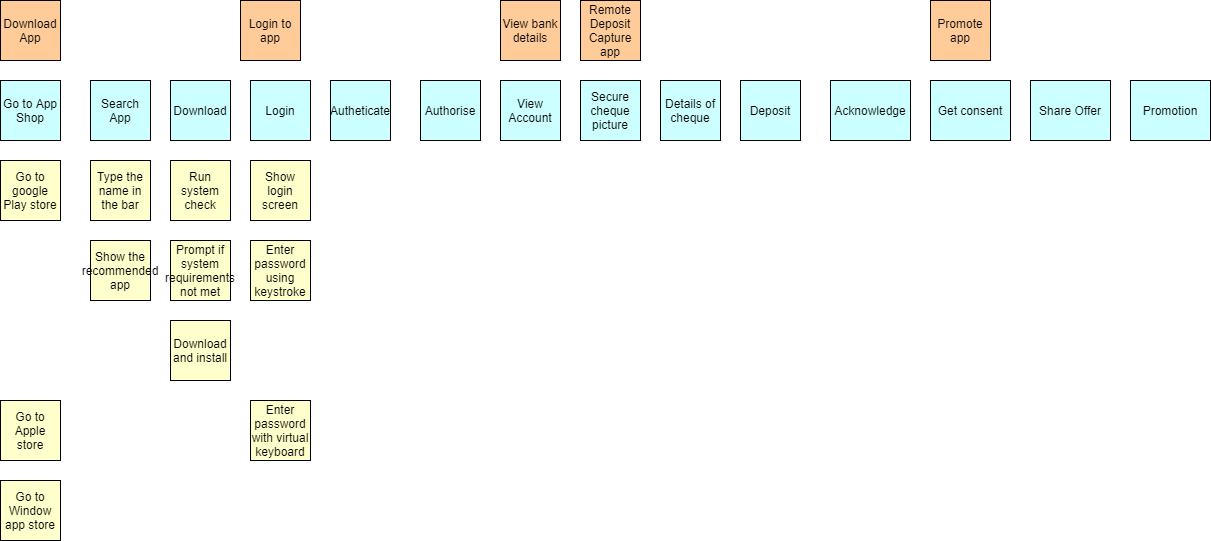
Before: StoryMap.png, a diagram exported from draw.io (sghatak215/shrikanya1). Source tidied: cells renumbered, new cells last; positions are measured from the earlier drawing's top-left corner, leaving out a move shared by most shapes.
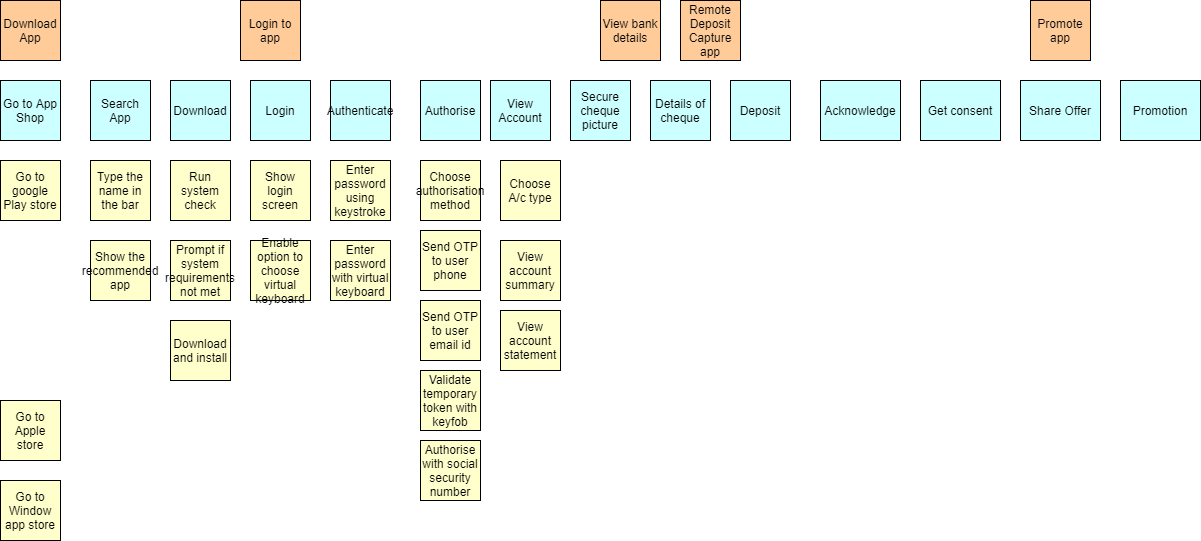
The same diagram one commit later.

Change to the diagram source:
```diff
@@ -11,35 +11,35 @@
     <mxCell id="4" value="Login" style="rounded=0;whiteSpace=wrap;html=1;fillColor=#CCFFFF;" parent="1" vertex="1">
       <mxGeometry x="250" y="80" width="60" height="60" as="geometry" />
     </mxCell>
-    <mxCell id="5" value="Autheticate" style="rounded=0;whiteSpace=wrap;html=1;fillColor=#CCFFFF;" parent="1" vertex="1">
+    <mxCell id="5" value="Authenticate" style="rounded=0;whiteSpace=wrap;html=1;fillColor=#CCFFFF;" parent="1" vertex="1">
       <mxGeometry x="330" y="80" width="60" height="60" as="geometry" />
     </mxCell>
     <mxCell id="6" value="Authorise" style="rounded=0;whiteSpace=wrap;html=1;fillColor=#CCFFFF;" parent="1" vertex="1">
       <mxGeometry x="420" y="80" width="60" height="60" as="geometry" />
     </mxCell>
     <mxCell id="7" value="View Account" style="rounded=0;whiteSpace=wrap;html=1;fillColor=#CCFFFF;" parent="1" vertex="1">
-      <mxGeometry x="500" y="80" width="60" height="60" as="geometry" />
+      <mxGeometry x="490" y="80" width="60" height="60" as="geometry" />
     </mxCell>
     <mxCell id="8" value="Secure cheque picture" style="rounded=0;whiteSpace=wrap;html=1;fillColor=#CCFFFF;" parent="1" vertex="1">
-      <mxGeometry x="580" y="80" width="60" height="60" as="geometry" />
+      <mxGeometry x="570" y="80" width="60" height="60" as="geometry" />
     </mxCell>
     <mxCell id="9" value="Details of cheque" style="rounded=0;whiteSpace=wrap;html=1;fillColor=#CCFFFF;" parent="1" vertex="1">
-      <mxGeometry x="660" y="80" width="60" height="60" as="geometry" />
+      <mxGeometry x="650" y="80" width="60" height="60" as="geometry" />
     </mxCell>
     <mxCell id="10" value="Deposit" style="rounded=0;whiteSpace=wrap;html=1;fillColor=#CCFFFF;" parent="1" vertex="1">
-      <mxGeometry x="740" y="80" width="60" height="60" as="geometry" />
+      <mxGeometry x="730" y="80" width="60" height="60" as="geometry" />
     </mxCell>
     <mxCell id="11" value="Acknowledge" style="rounded=0;whiteSpace=wrap;html=1;fillColor=#CCFFFF;" parent="1" vertex="1">
-      <mxGeometry x="830" y="80" width="80" height="60" as="geometry" />
+      <mxGeometry x="820" y="80" width="80" height="60" as="geometry" />
     </mxCell>
     <mxCell id="12" value="Get consent" style="rounded=0;whiteSpace=wrap;html=1;fillColor=#CCFFFF;" parent="1" vertex="1">
-      <mxGeometry x="930" y="80" width="80" height="60" as="geometry" />
+      <mxGeometry x="920" y="80" width="80" height="60" as="geometry" />
     </mxCell>
     <mxCell id="13" value="Share Offer" style="rounded=0;whiteSpace=wrap;html=1;fillColor=#CCFFFF;" parent="1" vertex="1">
-      <mxGeometry x="1030" y="80" width="80" height="60" as="geometry" />
+      <mxGeometry x="1020" y="80" width="80" height="60" as="geometry" />
     </mxCell>
     <mxCell id="14" value="Promotion" style="rounded=0;whiteSpace=wrap;html=1;fillColor=#CCFFFF;" parent="1" vertex="1">
-      <mxGeometry x="1130" y="80" width="80" height="60" as="geometry" />
+      <mxGeometry x="1120" y="80" width="80" height="60" as="geometry" />
     </mxCell>
     <mxCell id="15" value="Download App" style="rounded=0;whiteSpace=wrap;html=1;fillColor=#FFCC99;" parent="1" vertex="1">
       <mxGeometry width="60" height="60" as="geometry" />
@@ -48,13 +48,13 @@
       <mxGeometry x="240" width="60" height="60" as="geometry" />
     </mxCell>
     <mxCell id="17" value="View bank details" style="rounded=0;whiteSpace=wrap;html=1;fillColor=#FFCC99;" parent="1" vertex="1">
-      <mxGeometry x="500" width="60" height="60" as="geometry" />
+      <mxGeometry x="600" width="60" height="60" as="geometry" />
     </mxCell>
     <mxCell id="18" value="Remote Deposit Capture app" style="rounded=0;whiteSpace=wrap;html=1;fillColor=#FFCC99;" parent="1" vertex="1">
-      <mxGeometry x="580" width="60" height="60" as="geometry" />
+      <mxGeometry x="680" width="60" height="60" as="geometry" />
     </mxCell>
     <mxCell id="19" value="Promote app" style="rounded=0;whiteSpace=wrap;html=1;fillColor=#FFCC99;" parent="1" vertex="1">
-      <mxGeometry x="930" width="60" height="60" as="geometry" />
+      <mxGeometry x="1030" width="60" height="60" as="geometry" />
     </mxCell>
     <mxCell id="20" value="Go to google Play store" style="rounded=0;whiteSpace=wrap;html=1;fillColor=#FFFFCC;" parent="1" vertex="1">
       <mxGeometry y="160" width="60" height="60" as="geometry" />
@@ -84,13 +84,40 @@
       <mxGeometry x="250" y="160" width="60" height="60" as="geometry" />
     </mxCell>
     <mxCell id="29" value="Enter password using keystroke" style="rounded=0;whiteSpace=wrap;html=1;fillColor=#FFFFCC;" parent="1" vertex="1">
-      <mxGeometry x="250" y="240" width="60" height="60" as="geometry" />
+      <mxGeometry x="330" y="160" width="60" height="60" as="geometry" />
     </mxCell>
     <mxCell id="30" value="Enter password with virtual keyboard" style="rounded=0;whiteSpace=wrap;html=1;fillColor=#FFFFCC;" parent="1" vertex="1">
-      <mxGeometry x="250" y="400" width="60" height="60" as="geometry" />
+      <mxGeometry x="330" y="240" width="60" height="60" as="geometry" />
     </mxCell>
     <mxCell id="31" value="Search App" style="rounded=0;whiteSpace=wrap;html=1;fillColor=#CCFFFF;" parent="1" vertex="1">
       <mxGeometry x="90" y="80" width="60" height="60" as="geometry" />
     </mxCell>
+    <mxCell id="32" value="Send OTP to user phone" style="rounded=0;whiteSpace=wrap;html=1;fillColor=#FFFFCC;" parent="1" vertex="1">
+      <mxGeometry x="420" y="230" width="60" height="60" as="geometry" />
+    </mxCell>
+    <mxCell id="33" value="Send OTP to user email id" style="rounded=0;whiteSpace=wrap;html=1;fillColor=#FFFFCC;" parent="1" vertex="1">
+      <mxGeometry x="420" y="300" width="60" height="60" as="geometry" />
+    </mxCell>
+    <mxCell id="34" value="Validate temporary token with keyfob" style="rounded=0;whiteSpace=wrap;html=1;fillColor=#FFFFCC;" parent="1" vertex="1">
+      <mxGeometry x="420" y="370" width="60" height="60" as="geometry" />
+    </mxCell>
+    <mxCell id="35" value="Enable option to choose virtual keyboard" style="rounded=0;whiteSpace=wrap;html=1;fillColor=#FFFFCC;" parent="1" vertex="1">
+      <mxGeometry x="250" y="240" width="60" height="60" as="geometry" />
+    </mxCell>
+    <mxCell id="36" value="Choose authorisation method" style="whiteSpace=wrap;html=1;fillColor=#FFFFCC;" parent="1" vertex="1">
+      <mxGeometry x="420" y="160" width="60" height="60" as="geometry" />
+    </mxCell>
+    <mxCell id="37" value="Authorise with social security number" style="rounded=0;whiteSpace=wrap;html=1;fillColor=#FFFFCC;" parent="1" vertex="1">
+      <mxGeometry x="420" y="440" width="60" height="60" as="geometry" />
+    </mxCell>
+    <mxCell id="38" value="Choose A/c type" style="whiteSpace=wrap;html=1;fillColor=#FFFFCC;" parent="1" vertex="1">
+      <mxGeometry x="500" y="160" width="60" height="60" as="geometry" />
+    </mxCell>
+    <mxCell id="39" value="View account summary" style="whiteSpace=wrap;html=1;fillColor=#FFFFCC;" parent="1" vertex="1">
+      <mxGeometry x="500" y="240" width="60" height="60" as="geometry" />
+    </mxCell>
+    <mxCell id="40" value="View account statement" style="whiteSpace=wrap;html=1;fillColor=#FFFFCC;" parent="1" vertex="1">
+      <mxGeometry x="500" y="310" width="60" height="60" as="geometry" />
+    </mxCell>
   </root>
 </mxGraphModel>
```
